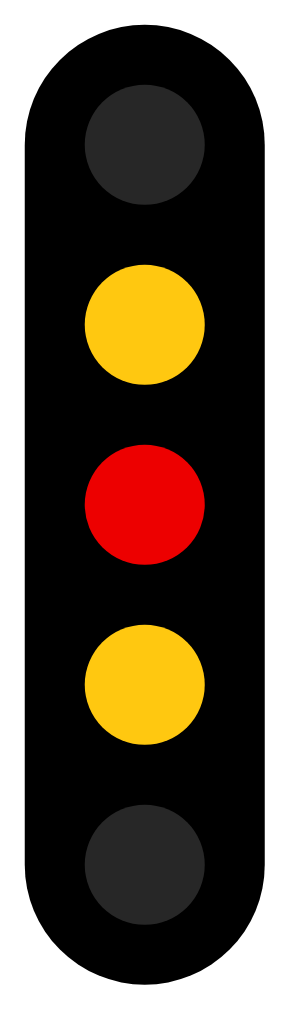
Earlier version of the draw.io diagram page "yellow-red" (12 of 20) of RemoteDispatch/frontend/signals/source.drawio (rassiMC/dv-remote-dispatch). Source tidied: cells renumbered, new cells numbered last; positions are measured from the earlier drawing's top-left corner, leaving out a move shared by most shapes. Both pictures are drawn from the tidied source at 150%, with x=0, y=0 at pixel (24, 24).
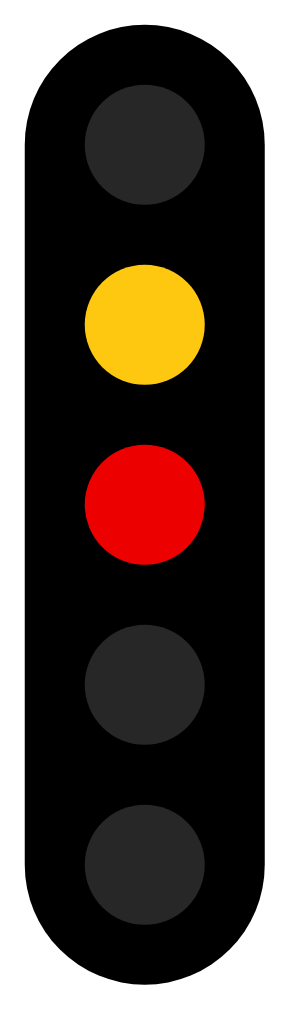
Above is the later version.

Change to the diagram source:
```diff
@@
 <mxGraphModel>
   <root>
     <mxCell id="0" />
     <mxCell id="1" parent="0" />
     <mxCell id="2" style="group;" parent="1" vertex="1">
       <mxGeometry width="160" height="640" as="geometry" />
     </mxCell>
     <mxCell id="3" style="rounded=1;whiteSpace=wrap;html=1;fillColor=#000000;strokeColor=none;arcSize=50;" parent="2" vertex="1">
       <mxGeometry width="160" height="640" as="geometry" />
     </mxCell>
     <mxCell id="4" style="ellipse;whiteSpace=wrap;html=1;strokeColor=none;fillColor=#272727;" parent="2" vertex="1">
       <mxGeometry x="40" y="40" width="80" height="80" as="geometry" />
     </mxCell>
     <mxCell id="5" style="ellipse;whiteSpace=wrap;html=1;strokeColor=none;fillColor=#272727;" parent="2" vertex="1">
       <mxGeometry x="40" y="520" width="80" height="80" as="geometry" />
     </mxCell>
-    <mxCell id="6" style="ellipse;whiteSpace=wrap;html=1;strokeColor=none;fillColor=#FFC810;" parent="2" vertex="1">
+    <mxCell id="6" style="ellipse;whiteSpace=wrap;html=1;strokeColor=none;fillColor=#272727;" parent="2" vertex="1">
       <mxGeometry x="40" y="400" width="80" height="80" as="geometry" />
     </mxCell>
     <mxCell id="7" style="ellipse;whiteSpace=wrap;html=1;strokeColor=none;fillColor=#ED0000;" parent="2" vertex="1">
       <mxGeometry x="40" y="280" width="80" height="80" as="geometry" />
     </mxCell>
     <mxCell id="8" style="ellipse;whiteSpace=wrap;html=1;strokeColor=none;fillColor=#FFC810;" parent="2" vertex="1">
       <mxGeometry x="40" y="160" width="80" height="80" as="geometry" />
     </mxCell>
   </root>
 </mxGraphModel>
```
